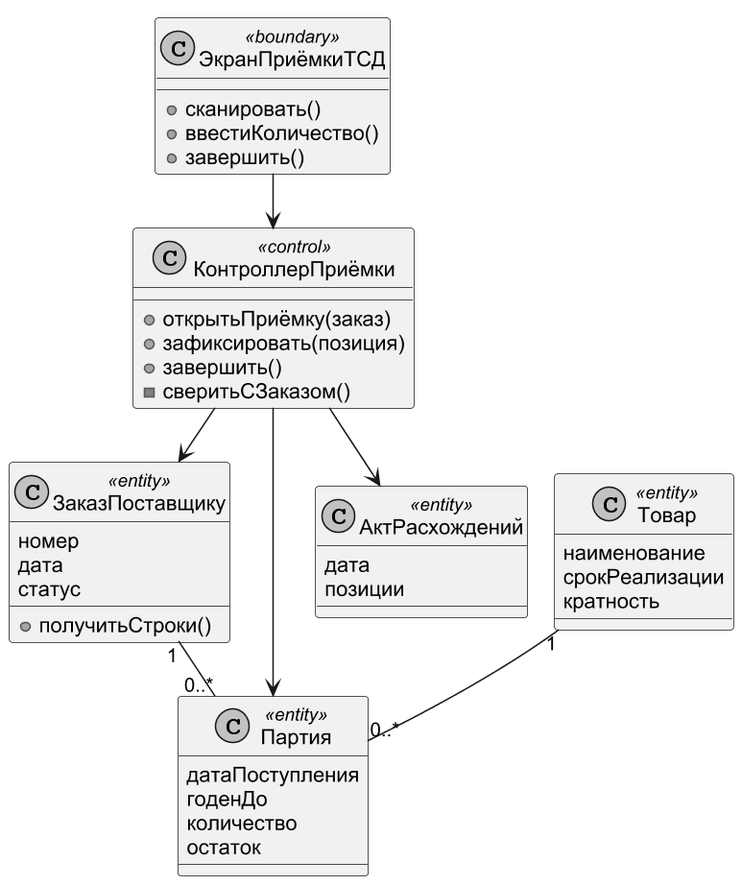
This is diagrams/uml_vopc_0.png from DarkSwordman999/flower-demand-planning, a PlantUML export, as it was before one commit. Its source is kept beside it as diagrams/uml_vopc_0.puml. The source it was exported from:
```plantuml
@startuml
!pragma layout smetana
skinparam dpi 150
skinparam defaultFontName Arial
skinparam shadowing false
skinparam monochrome true
class ЭкранПриёмкиТСД <<boundary>> {
 +сканировать()
 +ввестиКоличество()
 +завершить()
}
class КонтроллерПриёмки <<control>> {
 +открытьПриёмку(заказ)
 +зафиксировать(позиция)
 +завершить()
 -сверитьСЗаказом()
}
class ЗаказПоставщику <<entity>> {
 номер
 дата
 статус
 +получитьСтроки()
}
class Товар <<entity>> {
 наименование
 срокРеализации
 кратность
}
class Партия <<entity>> {
 датаПоступления
 годенДо
 количество
 остаток
}
class АктРасхождений <<entity>> {
 дата
 позиции
}
ЭкранПриёмкиТСД --> КонтроллерПриёмки
КонтроллерПриёмки --> ЗаказПоставщику
КонтроллерПриёмки --> Партия
КонтроллерПриёмки --> АктРасхождений
Товар "1" -- "0..*" Партия
ЗаказПоставщику "1" -- "0..*" Партия
@enduml
```
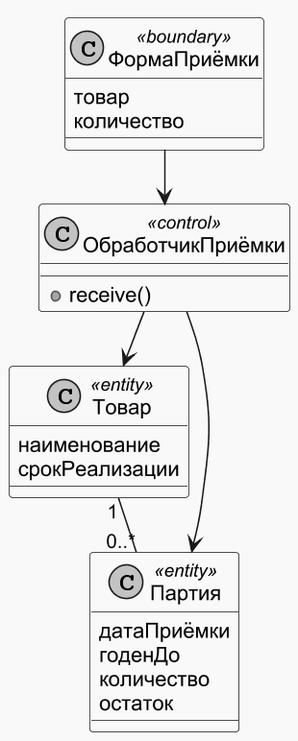
Above is the later version.

Change to the diagram source:
```diff
@@ -4,42 +4,25 @@
 skinparam defaultFontName Arial
 skinparam shadowing false
 skinparam monochrome true
-class ЭкранПриёмкиТСД <<boundary>> {
- +сканировать()
- +ввестиКоличество()
- +завершить()
+class ФормаПриёмки <<boundary>> {
+ товар
+ количество
 }
-class КонтроллерПриёмки <<control>> {
- +открытьПриёмку(заказ)
- +зафиксировать(позиция)
- +завершить()
- -сверитьСЗаказом()
-}
-class ЗаказПоставщику <<entity>> {
- номер
- дата
- статус
- +получитьСтроки()
+class ОбработчикПриёмки <<control>> {
+ +receive()
 }
 class Товар <<entity>> {
  наименование
  срокРеализации
- кратность
 }
 class Партия <<entity>> {
- датаПоступления
+ датаПриёмки
  годенДо
  количество
  остаток
 }
-class АктРасхождений <<entity>> {
- дата
- позиции
-}
-ЭкранПриёмкиТСД --> КонтроллерПриёмки
-КонтроллерПриёмки --> ЗаказПоставщику
-КонтроллерПриёмки --> Партия
-КонтроллерПриёмки --> АктРасхождений
+ФормаПриёмки --> ОбработчикПриёмки
+ОбработчикПриёмки --> Товар
+ОбработчикПриёмки --> Партия
 Товар "1" -- "0..*" Партия
-ЗаказПоставщику "1" -- "0..*" Партия
 @enduml
```
